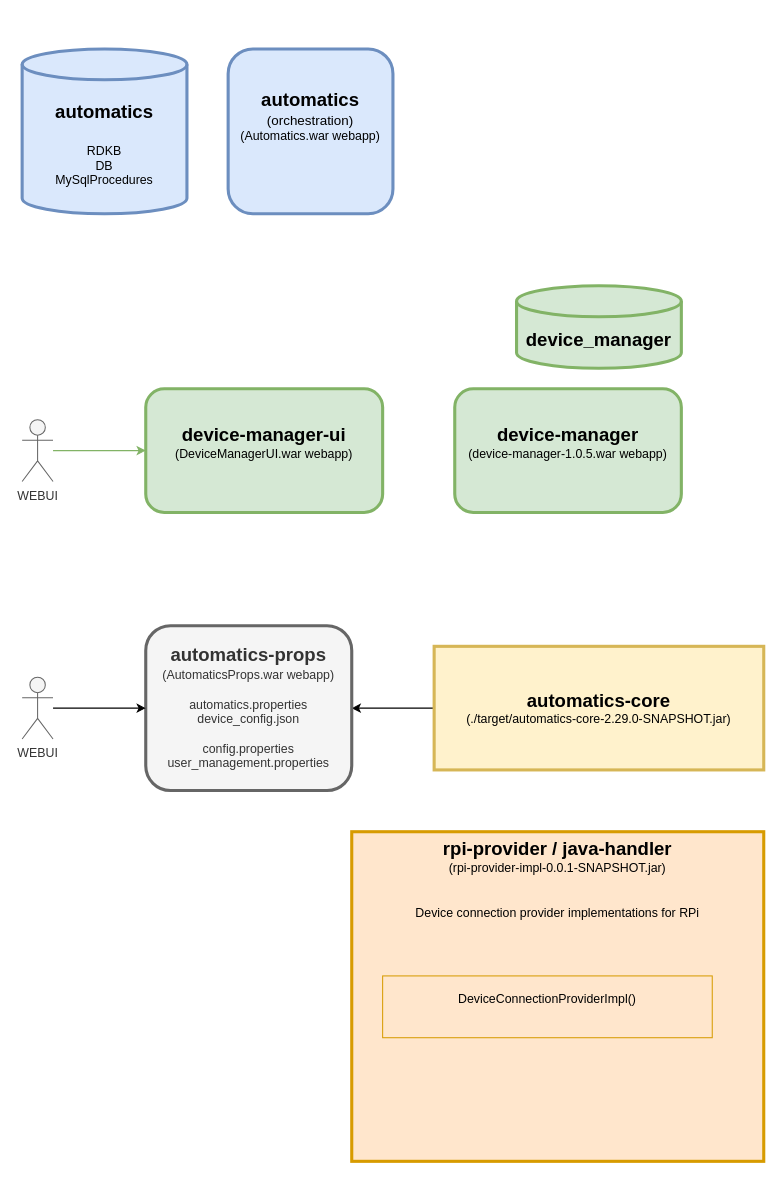
This is drawio/automatics.drawio from robvogelaar/robvogelaar.github.io, a draw.io file, before an edit. Source tidied: cells renumbered, new cells numbered last; positions are measured from the earlier drawing's top-left corner, leaving out a move shared by most shapes. Both pictures are drawn from the tidied source at 103%, with x=0, y=0 at pixel (22, 48).
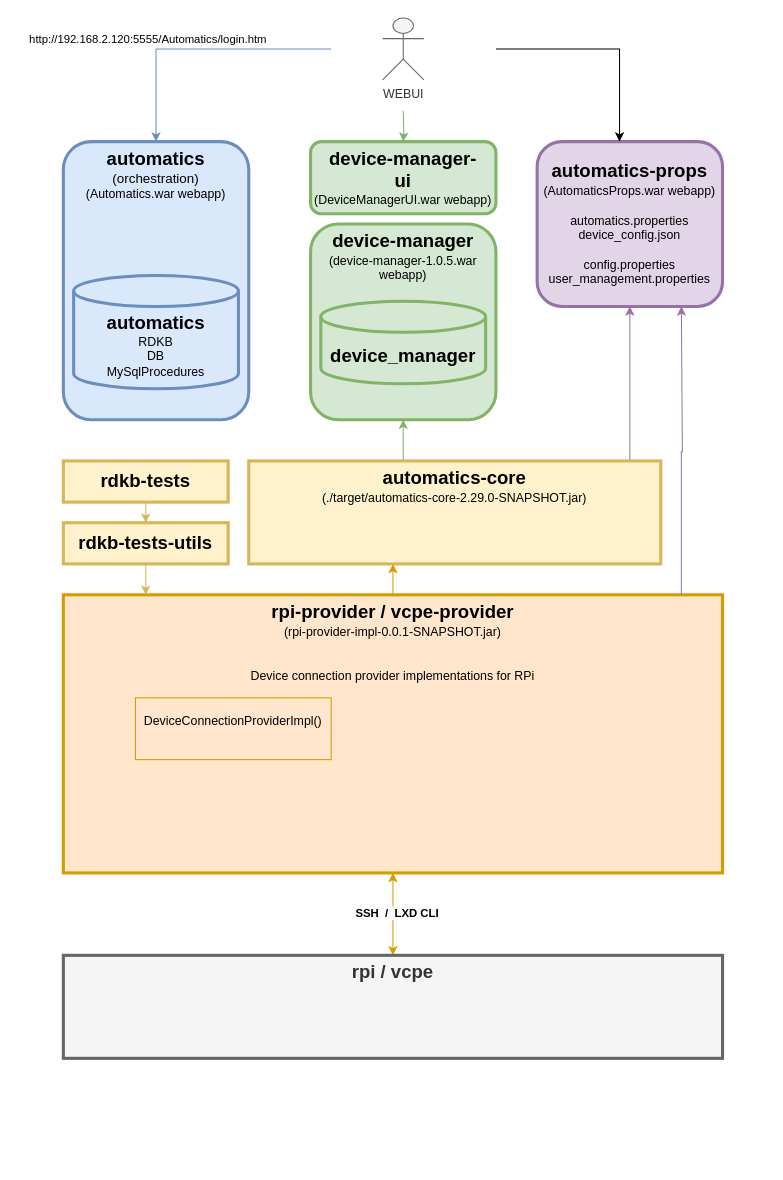
The same diagram, later.

What changed in the source:
```diff
@@
+    <mxCell id="7" value="&lt;font style=&quot;font-size: 18px;&quot;&gt;&lt;b&gt;device-manager&lt;/b&gt;&lt;/font&gt;&lt;div&gt;(device-manager-1.0.5.war webapp)&lt;br&gt;&lt;/div&gt;&lt;div&gt;&lt;br&gt;&lt;/div&gt;" style="rounded=1;whiteSpace=wrap;html=1;fillColor=#d5e8d4;strokeColor=#82b366;strokeWidth=3;verticalAlign=top;" parent="1" vertex="1">
+      <mxGeometry x="280" y="170" width="180" height="190" as="geometry" />
+    </mxCell>
     <mxCell id="2" value="&lt;font style=&quot;font-size: 16px;&quot;&gt;&lt;b style=&quot;font-size: 18px;&quot;&gt;device_manager&lt;/b&gt;&lt;/font&gt;" style="shape=cylinder3;whiteSpace=wrap;html=1;boundedLbl=1;backgroundOutline=1;size=15;fillColor=#d5e8d4;strokeColor=#82b366;strokeWidth=3;" parent="1" vertex="1">
-      <mxGeometry x="480" y="230" width="160" height="80" as="geometry" />
+      <mxGeometry x="290" y="245" width="160" height="80" as="geometry" />
     </mxCell>
-    <mxCell id="3" value="&lt;font style=&quot;font-size: 16px;&quot;&gt;&lt;b style=&quot;font-size: 18px;&quot;&gt;automatics&lt;/b&gt;&lt;/font&gt;&lt;div&gt;&lt;span style=&quot;font-size: 16px;&quot;&gt;&lt;b&gt;&lt;br&gt;&lt;/b&gt;&lt;/span&gt;&lt;div&gt;RDKB&lt;/div&gt;&lt;div&gt;DB&lt;/div&gt;&lt;div&gt;&lt;span style=&quot;background-color: initial;&quot;&gt;MySqlProcedures&lt;/span&gt;&lt;/div&gt;&lt;/div&gt;" style="shape=cylinder3;whiteSpace=wrap;html=1;boundedLbl=1;backgroundOutline=1;size=15;fillColor=#dae8fc;strokeColor=#6c8ebf;strokeWidth=3;" parent="1" vertex="1">
-      <mxGeometry width="160" height="160" as="geometry" />
-    </mxCell>
-    <mxCell id="4" style="edgeStyle=orthogonalEdgeStyle;rounded=0;jettySize=auto;html=1;exitX=0;exitY=0.5;exitDx=0;exitDy=0;" parent="1" edge="1" source="9" target="5">
-      <mxGeometry relative="1" as="geometry" />
+    <mxCell id="4" style="edgeStyle=orthogonalEdgeStyle;rounded=0;jettySize=auto;html=1;fillColor=#e1d5e7;strokeColor=#9673a6;" parent="1" edge="1" source="9" target="5">
+      <mxGeometry relative="1" as="geometry">
+        <Array as="points">
+          <mxPoint x="590" y="350" />
+          <mxPoint x="590" y="350" />
+        </Array>
+      </mxGeometry>
     </mxCell>
-    <mxCell id="5" value="&lt;font style=&quot;font-size: 18px;&quot;&gt;&lt;b&gt;automatics-props&lt;/b&gt;&lt;/font&gt;&lt;div&gt;(AutomaticsProps.war webapp)&lt;/div&gt;&lt;div&gt;&lt;br&gt;&lt;/div&gt;&lt;div&gt;automatics.properties&lt;br&gt;&lt;/div&gt;&lt;div&gt;device_config.json&lt;br&gt;&lt;/div&gt;&lt;div&gt;&lt;br&gt;&lt;/div&gt;&lt;div&gt;config.properties&lt;/div&gt;&lt;div&gt;user_management.properties&lt;br&gt;&lt;/div&gt;" style="rounded=1;whiteSpace=wrap;html=1;fillColor=#f5f5f5;fontColor=#333333;strokeColor=#666666;strokeWidth=3;" parent="1" vertex="1">
-      <mxGeometry x="120" y="560" width="200" height="160" as="geometry" />
+    <mxCell id="5" value="&lt;font style=&quot;font-size: 18px;&quot;&gt;&lt;b&gt;automatics-props&lt;/b&gt;&lt;/font&gt;&lt;div&gt;(AutomaticsProps.war webapp)&lt;/div&gt;&lt;div&gt;&lt;br&gt;&lt;/div&gt;&lt;div&gt;automatics.properties&lt;br&gt;&lt;/div&gt;&lt;div&gt;device_config.json&lt;br&gt;&lt;/div&gt;&lt;div&gt;&lt;br&gt;&lt;/div&gt;&lt;div&gt;config.properties&lt;/div&gt;&lt;div&gt;user_management.properties&lt;br&gt;&lt;/div&gt;" style="rounded=1;whiteSpace=wrap;html=1;fillColor=#e1d5e7;strokeColor=#9673a6;strokeWidth=3;" parent="1" vertex="1">
+      <mxGeometry x="500" y="90" width="180" height="160" as="geometry" />
     </mxCell>
+    <mxCell id="16" style="edgeStyle=orthogonalEdgeStyle;rounded=0;jettySize=auto;html=1;fillColor=#dae8fc;strokeColor=#6c8ebf;" parent="1" edge="1" target="6">
+      <mxGeometry relative="1" as="geometry">
+        <mxPoint x="300" as="sourcePoint" />
+        <Array as="points">
+          <mxPoint x="130" />
+        </Array>
+      </mxGeometry>
+    </mxCell>
+    <mxCell id="17" value="http://192.168.2.120:5555/Automatics/login.htm" style="edgeLabel;html=1;align=center;verticalAlign=middle;" parent="16" vertex="1">
+      <mxGeometry x="-0.03" y="-1" relative="1" as="geometry">
+        <mxPoint x="-53" y="-9" as="offset" />
+      </mxGeometry>
+    </mxCell>
-    <mxCell id="6" value="&lt;font style=&quot;font-size: 18px;&quot;&gt;&lt;b&gt;automatics&lt;/b&gt;&lt;/font&gt;&lt;div&gt;&lt;font style=&quot;font-size: 13px;&quot;&gt;(orchestration)&lt;/font&gt;&lt;br&gt;&lt;div&gt;(Automatics.war webapp)&lt;br&gt;&lt;/div&gt;&lt;div&gt;&lt;br&gt;&lt;/div&gt;&lt;div&gt;&lt;br&gt;&lt;/div&gt;&lt;/div&gt;" style="rounded=1;whiteSpace=wrap;html=1;fillColor=#dae8fc;strokeColor=#6c8ebf;strokeWidth=3;" parent="1" vertex="1">
-      <mxGeometry x="200" width="160" height="160" as="geometry" />
+    <mxCell id="6" value="&lt;font style=&quot;font-size: 18px;&quot;&gt;&lt;b&gt;automatics&lt;/b&gt;&lt;/font&gt;&lt;div&gt;&lt;font style=&quot;font-size: 13px;&quot;&gt;(orchestration)&lt;/font&gt;&lt;br&gt;&lt;div&gt;(Automatics.war webapp)&lt;/div&gt;&lt;/div&gt;" style="rounded=1;whiteSpace=wrap;html=1;fillColor=#dae8fc;strokeColor=#6c8ebf;strokeWidth=3;verticalAlign=top;" parent="1" vertex="1">
+      <mxGeometry x="40" y="90" width="180" height="270" as="geometry" />
     </mxCell>
-    <mxCell id="7" value="&lt;font style=&quot;font-size: 18px;&quot;&gt;&lt;b&gt;device-manager&lt;/b&gt;&lt;/font&gt;&lt;div&gt;(device-manager-1.0.5.war webapp)&lt;br&gt;&lt;/div&gt;&lt;div&gt;&lt;br&gt;&lt;/div&gt;" style="rounded=1;whiteSpace=wrap;html=1;fillColor=#d5e8d4;strokeColor=#82b366;strokeWidth=3;" parent="1" vertex="1">
-      <mxGeometry x="420" y="330" width="220" height="120" as="geometry" />
-    </mxCell>
-    <mxCell id="8" value="&lt;font style=&quot;font-size: 18px;&quot;&gt;&lt;b&gt;device-manager-ui&lt;/b&gt;&lt;/font&gt;&lt;div&gt;(DeviceManagerUI.war webapp)&lt;br&gt;&lt;/div&gt;&lt;div&gt;&lt;br&gt;&lt;/div&gt;" style="rounded=1;whiteSpace=wrap;html=1;fillColor=#d5e8d4;strokeColor=#82b366;strokeWidth=3;" parent="1" vertex="1">
-      <mxGeometry x="120" y="330" width="230" height="120" as="geometry" />
+    <mxCell id="8" value="&lt;font style=&quot;font-size: 18px;&quot;&gt;&lt;b&gt;device-&lt;/b&gt;&lt;/font&gt;&lt;b style=&quot;font-size: 18px; background-color: transparent; color: light-dark(rgb(0, 0, 0), rgb(255, 255, 255));&quot;&gt;manager-&lt;/b&gt;&lt;div&gt;&lt;font style=&quot;font-size: 18px;&quot;&gt;&lt;b&gt;ui&lt;/b&gt;&lt;/font&gt;&lt;div&gt;(DeviceManagerUI.war webapp)&lt;/div&gt;&lt;/div&gt;" style="rounded=1;whiteSpace=wrap;html=1;fillColor=#d5e8d4;strokeColor=#82b366;strokeWidth=3;verticalAlign=top;" parent="1" vertex="1">
+      <mxGeometry x="280" y="90" width="180" height="70" as="geometry" />
     </mxCell>
+    <mxCell id="18" style="edgeStyle=orthogonalEdgeStyle;rounded=0;jettySize=auto;html=1;fillColor=#d5e8d4;strokeColor=#82b366;" parent="1" edge="1" source="9" target="7">
+      <mxGeometry relative="1" as="geometry">
+        <Array as="points">
+          <mxPoint x="370" y="390" />
+          <mxPoint x="370" y="390" />
+        </Array>
+      </mxGeometry>
+    </mxCell>
-    <mxCell id="9" value="&lt;font style=&quot;font-size: 18px;&quot;&gt;&lt;b&gt;automatics-core&lt;/b&gt;&lt;/font&gt;&lt;div&gt;(./target/automatics-core-2.29.0-SNAPSHOT.jar)&lt;/div&gt;" style="rounded=0;whiteSpace=wrap;html=1;strokeWidth=3;fillColor=#fff2cc;strokeColor=#d6b656;" parent="1" vertex="1">
-      <mxGeometry x="400" y="580" width="320" height="120" as="geometry" />
+    <mxCell id="9" value="&lt;font style=&quot;font-size: 18px;&quot;&gt;&lt;b&gt;automatics-core&lt;/b&gt;&lt;/font&gt;&lt;div&gt;(./target/automatics-core-2.29.0-SNAPSHOT.jar)&lt;/div&gt;" style="rounded=0;whiteSpace=wrap;html=1;strokeWidth=3;fillColor=#fff2cc;strokeColor=#d6b656;verticalAlign=top;" parent="1" vertex="1">
+      <mxGeometry x="220" y="400" width="400" height="100" as="geometry" />
     </mxCell>
+    <mxCell id="19" style="edgeStyle=orthogonalEdgeStyle;rounded=0;jettySize=auto;html=1;startArrow=classic;startFill=1;fillColor=#ffe6cc;strokeColor=#d79b00;" parent="1" edge="1" source="10" target="22">
+      <mxGeometry relative="1" as="geometry" />
+    </mxCell>
+    <mxCell id="20" value="SSH&amp;nbsp; /&amp;nbsp; LXD CLI" style="edgeLabel;html=1;align=center;verticalAlign=middle;fontStyle=1;" parent="19" vertex="1">
+      <mxGeometry x="-0.06" y="3" relative="1" as="geometry" />
+    </mxCell>
+    <mxCell id="21" style="edgeStyle=orthogonalEdgeStyle;rounded=0;jettySize=auto;html=1;fillColor=#ffe6cc;strokeColor=#d79b00;" parent="1" edge="1" source="10" target="9">
+      <mxGeometry relative="1" as="geometry">
+        <Array as="points">
+          <mxPoint x="360" y="510" />
+          <mxPoint x="360" y="510" />
+        </Array>
+      </mxGeometry>
+    </mxCell>
-    <mxCell id="10" value="&lt;font style=&quot;font-size: 18px;&quot;&gt;&lt;b&gt;rpi-provider / java-handler&lt;/b&gt;&lt;/font&gt;&lt;div&gt;(rpi-provider-impl-0.0.1-SNAPSHOT.jar)&lt;/div&gt;&lt;div&gt;&lt;br&gt;&lt;/div&gt;&lt;div&gt;&lt;br&gt;&lt;/div&gt;&lt;div&gt;Device connection provider implementations for RPi&lt;br&gt;&lt;/div&gt;" style="rounded=0;whiteSpace=wrap;html=1;fillColor=#ffe6cc;strokeColor=#d79b00;strokeWidth=3;verticalAlign=top;" parent="1" vertex="1">
-      <mxGeometry x="320" y="760" width="400" height="320" as="geometry" />
+    <mxCell id="10" value="&lt;font style=&quot;font-size: 18px;&quot;&gt;&lt;b&gt;rpi-provider / vcpe-provider&lt;/b&gt;&lt;/font&gt;&lt;div&gt;(rpi-provider-impl-0.0.1-SNAPSHOT.jar)&lt;/div&gt;&lt;div&gt;&lt;br&gt;&lt;/div&gt;&lt;div&gt;&lt;br&gt;&lt;/div&gt;&lt;div&gt;Device connection provider implementations for RPi&lt;br&gt;&lt;/div&gt;" style="rounded=0;whiteSpace=wrap;html=1;fillColor=#ffe6cc;strokeColor=#d79b00;strokeWidth=3;verticalAlign=top;" parent="1" vertex="1">
+      <mxGeometry x="40" y="530" width="640" height="270" as="geometry" />
     </mxCell>
     <mxCell id="11" value="DeviceConnectionProviderImpl()&lt;div&gt;&lt;br&gt;&lt;/div&gt;" style="rounded=0;whiteSpace=wrap;html=1;fillColor=#ffe6cc;strokeColor=#d79b00;strokeWidth=1;" parent="1" vertex="1">
-      <mxGeometry x="350" y="900" width="320" height="60" as="geometry" />
+      <mxGeometry x="110" y="630" width="190" height="60" as="geometry" />
     </mxCell>
-    <mxCell id="12" style="edgeStyle=orthogonalEdgeStyle;rounded=0;jettySize=auto;html=1;" parent="1" edge="1" source="13" target="5">
-      <mxGeometry relative="1" as="geometry" />
+    <mxCell id="12" style="edgeStyle=orthogonalEdgeStyle;rounded=0;jettySize=auto;html=1;" parent="1" edge="1" target="5">
+      <mxGeometry relative="1" as="geometry">
+        <mxPoint x="460" as="sourcePoint" />
+        <Array as="points">
+          <mxPoint x="580" />
+        </Array>
+      </mxGeometry>
     </mxCell>
-    <mxCell id="13" value="WEBUI" style="shape=umlActor;verticalLabelPosition=bottom;verticalAlign=top;html=1;outlineConnect=0;fillColor=#f5f5f5;fontColor=#333333;strokeColor=#666666;" parent="1" vertex="1">
-      <mxGeometry y="610" width="30" height="60" as="geometry" />
-    </mxCell>
-    <mxCell id="14" style="edgeStyle=orthogonalEdgeStyle;rounded=0;jettySize=auto;html=1;fillColor=#d5e8d4;strokeColor=#82b366;" parent="1" edge="1" source="15" target="8">
-      <mxGeometry relative="1" as="geometry" />
+    <mxCell id="14" style="edgeStyle=orthogonalEdgeStyle;rounded=0;jettySize=auto;html=1;fillColor=#d5e8d4;strokeColor=#82b366;" parent="1" edge="1" target="8">
+      <mxGeometry relative="1" as="geometry">
+        <mxPoint x="370" y="60" as="sourcePoint" />
+      </mxGeometry>
     </mxCell>
     <mxCell id="15" value="WEBUI" style="shape=umlActor;verticalLabelPosition=bottom;verticalAlign=top;html=1;outlineConnect=0;fillColor=#f5f5f5;strokeColor=#666666;fontColor=#333333;" parent="1" vertex="1">
-      <mxGeometry y="360" width="30" height="60" as="geometry" />
+      <mxGeometry x="350" y="-30" width="40" height="60" as="geometry" />
     </mxCell>
+    <mxCell id="3" value="&lt;font style=&quot;font-size: 16px;&quot;&gt;&lt;b style=&quot;font-size: 18px;&quot;&gt;automatics&lt;/b&gt;&lt;/font&gt;&lt;div&gt;&lt;div&gt;RDKB&lt;/div&gt;&lt;div&gt;DB&lt;/div&gt;&lt;div&gt;&lt;span style=&quot;background-color: initial;&quot;&gt;MySqlProcedures&lt;/span&gt;&lt;/div&gt;&lt;/div&gt;" style="shape=cylinder3;whiteSpace=wrap;html=1;boundedLbl=1;backgroundOutline=1;size=15;fillColor=#dae8fc;strokeColor=#6c8ebf;strokeWidth=3;" parent="1" vertex="1">
+      <mxGeometry x="50" y="220" width="160" height="110" as="geometry" />
+    </mxCell>
+    <mxCell id="22" value="&lt;span style=&quot;font-size: 18px;&quot;&gt;&lt;b&gt;rpi / vcpe&lt;/b&gt;&lt;/span&gt;" style="rounded=0;whiteSpace=wrap;html=1;strokeWidth=3;fillColor=#f5f5f5;strokeColor=#666666;verticalAlign=top;fontColor=#333333;" parent="1" vertex="1">
+      <mxGeometry x="40" y="880" width="640" height="100" as="geometry" />
+    </mxCell>
+    <mxCell id="23" style="edgeStyle=orthogonalEdgeStyle;rounded=0;jettySize=auto;html=1;fillColor=#fff2cc;strokeColor=#d6b656;" parent="1" edge="1" source="24" target="26">
+      <mxGeometry relative="1" as="geometry" />
+    </mxCell>
+    <mxCell id="24" value="&lt;span style=&quot;font-size: 18px;&quot;&gt;&lt;b&gt;rdkb-&lt;/b&gt;&lt;/span&gt;&lt;b style=&quot;font-size: 18px; background-color: transparent; color: light-dark(rgb(0, 0, 0), rgb(255, 255, 255));&quot;&gt;tests&lt;/b&gt;" style="rounded=0;whiteSpace=wrap;html=1;strokeWidth=3;fillColor=#fff2cc;strokeColor=#d6b656;verticalAlign=middle;" parent="1" vertex="1">
+      <mxGeometry x="40" y="400" width="160" height="40" as="geometry" />
+    </mxCell>
+    <mxCell id="25" style="edgeStyle=orthogonalEdgeStyle;rounded=0;jettySize=auto;html=1;fillColor=#fff2cc;strokeColor=#d6b656;" parent="1" edge="1" source="26" target="10">
+      <mxGeometry relative="1" as="geometry">
+        <Array as="points">
+          <mxPoint x="120" y="520" />
+          <mxPoint x="120" y="520" />
+        </Array>
+      </mxGeometry>
+    </mxCell>
+    <mxCell id="26" value="&lt;span style=&quot;font-size: 18px;&quot;&gt;&lt;b&gt;rdkb-&lt;/b&gt;&lt;/span&gt;&lt;b style=&quot;font-size: 18px; background-color: transparent; color: light-dark(rgb(0, 0, 0), rgb(255, 255, 255));&quot;&gt;tests-&lt;/b&gt;&lt;b style=&quot;font-size: 18px; background-color: transparent; color: light-dark(rgb(0, 0, 0), rgb(255, 255, 255));&quot;&gt;utils&lt;/b&gt;" style="rounded=0;whiteSpace=wrap;html=1;strokeWidth=3;fillColor=#fff2cc;strokeColor=#d6b656;verticalAlign=middle;" parent="1" vertex="1">
+      <mxGeometry x="40" y="460" width="160" height="40" as="geometry" />
+    </mxCell>
+    <mxCell id="27" style="edgeStyle=orthogonalEdgeStyle;rounded=0;jettySize=auto;html=1;fillColor=#e1d5e7;strokeColor=#9673a6;" parent="1" edge="1" source="10">
+      <mxGeometry relative="1" as="geometry">
+        <mxPoint x="640" y="250" as="targetPoint" />
+        <Array as="points">
+          <mxPoint x="640" y="391" />
+          <mxPoint x="641" y="391" />
+        </Array>
+      </mxGeometry>
+    </mxCell>
```
